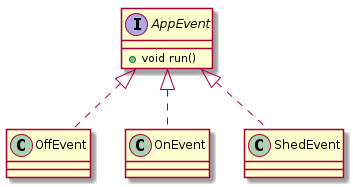
Above: Rapport_carnet/uml/scenPuml.png in PolyProcessInterface/ppi (PlantUML), before the change. The source it was exported from:
```plantuml
@startuml test2
interface AppEvent {
    +void run()
}
AppEvent <|.. OffEvent
AppEvent <|.. OnEvent
AppEvent <|.. ShedEvent
class OffEvent {
}
class OnEvent {
}
class ShedEvent {
}
@enduml
```
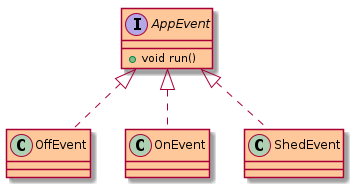
Later version of the same file.

The edit, as a diff of the source:
```diff
@@ -1,14 +1,14 @@
-@startuml test2
-interface AppEvent {
+@startuml scenPuml
+interface AppEvent #fec89a{
     +void run()
 }
 AppEvent <|.. OffEvent
 AppEvent <|.. OnEvent
 AppEvent <|.. ShedEvent
-class OffEvent {
+class OffEvent #fec89a{
 }
-class OnEvent {
+class OnEvent #fec89a{
 }
-class ShedEvent {
+class ShedEvent #fec89a{
 }
 @enduml
```
